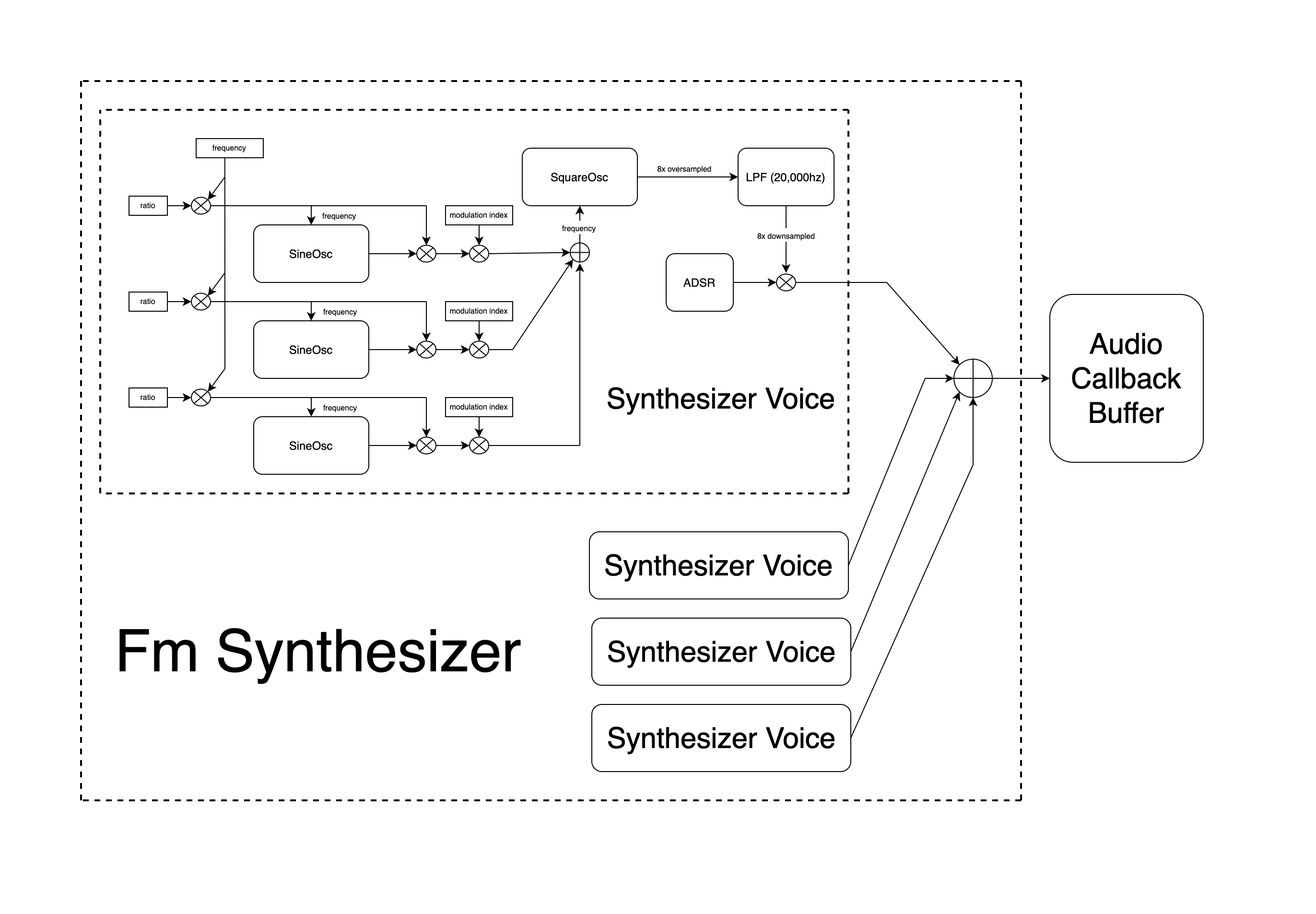
Before: CSD2b/console_synth/documentation/fm_synth_audio_flow_diagram.png, a diagram exported from draw.io (w-ensink/CSD2). Source tidied: cells renumbered, new cells last; positions are measured from the earlier drawing's top-left corner, leaving out a move shared by most shapes.
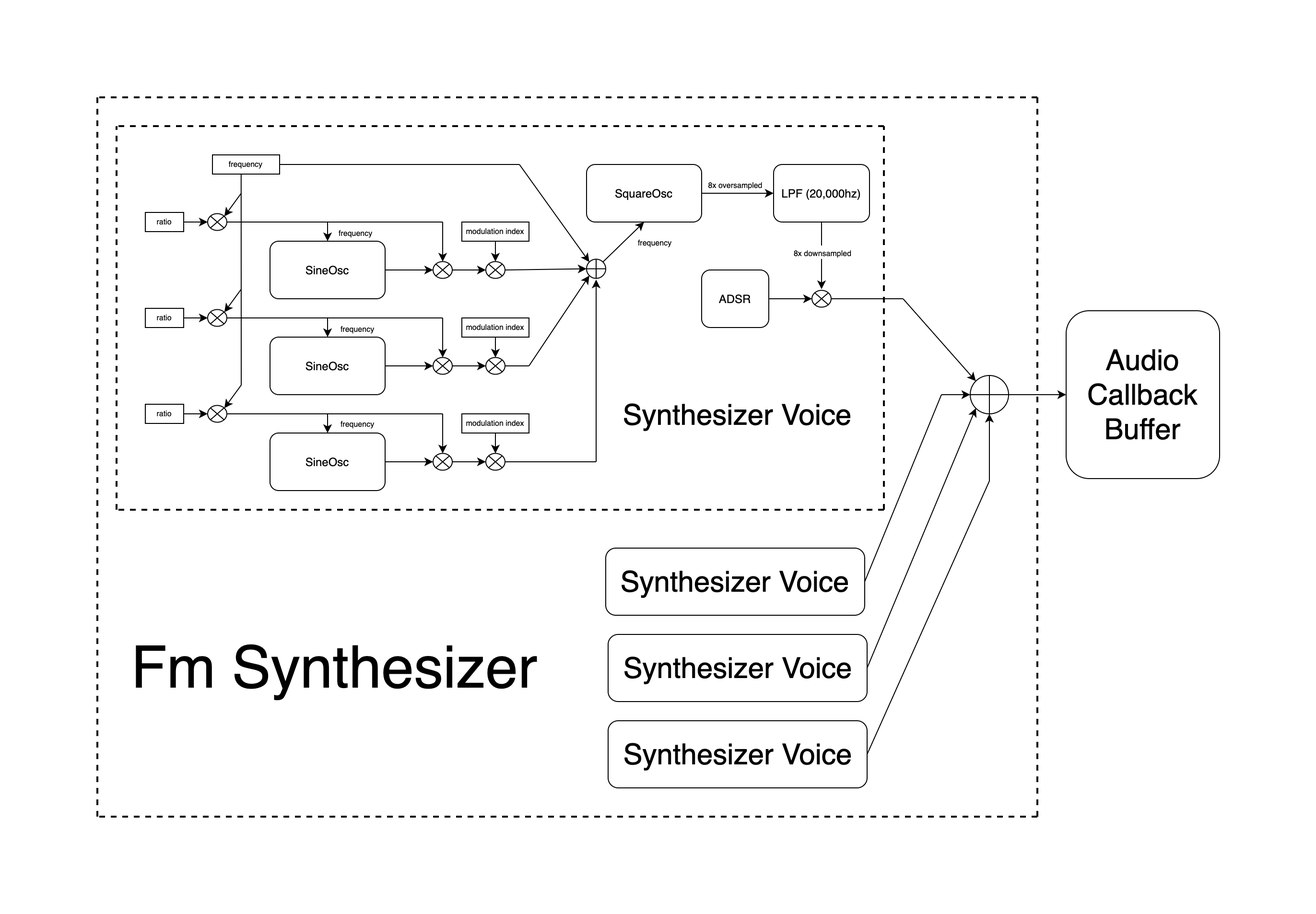
The same file after the commit.

Diff of the diagram source:
```diff
@@ -176,7 +176,7 @@
       </mxGeometry>
     </mxCell>
     <mxCell id="49" value="SquareOsc" style="rounded=1;whiteSpace=wrap;html=1;" parent="1" vertex="1">
-      <mxGeometry x="460" y="70" width="120" height="60" as="geometry" />
+      <mxGeometry x="510" y="70" width="120" height="60" as="geometry" />
     </mxCell>
     <mxCell id="50" style="shape=orEllipse;perimeter=ellipsePerimeter;whiteSpace=wrap;html=1;backgroundOutline=1;fontSize=8;" parent="1" vertex="1">
       <mxGeometry x="510" y="168.8" width="20" height="20" as="geometry" />
@@ -189,11 +189,13 @@
         <mxPoint x="450" y="280" as="sourcePoint" />
       </mxGeometry>
     </mxCell>
-    <mxCell id="53" style="endArrow=classic;html=1;fontSize=8;exitX=0.5;exitY=0;exitDx=0;exitDy=0;entryX=0.5;entryY=1;entryDx=0;entryDy=0;" parent="1" edge="1" source="50" target="49">
+    <mxCell id="53" style="endArrow=classic;html=1;fontSize=8;exitX=1;exitY=0;exitDx=0;exitDy=0;entryX=0.5;entryY=1;entryDx=0;entryDy=0;" parent="1" edge="1" source="50" target="49">
       <mxGeometry relative="1" as="geometry" />
     </mxCell>
     <mxCell id="54" value="&lt;font style=&quot;font-size: 8px&quot;&gt;frequency&lt;/font&gt;" style="edgeLabel;html=1;align=center;verticalAlign=middle;fontSize=12;" parent="53" vertex="1">
-      <mxGeometry x="-0.1" y="1" relative="1" as="geometry" />
+      <mxGeometry x="-0.1" y="1" relative="1" as="geometry">
+        <mxPoint x="34.4" y="-2.3" as="offset" />
+      </mxGeometry>
     </mxCell>
     <mxCell id="55" style="endArrow=none;html=1;fontSize=8;exitX=1;exitY=0.5;exitDx=0;exitDy=0;" parent="1" edge="1" source="22">
       <mxGeometry relative="1" as="geometry">
@@ -212,10 +214,10 @@
       </mxGeometry>
     </mxCell>
     <mxCell id="58" value="ADSR" style="rounded=1;whiteSpace=wrap;html=1;fontSize=12;" parent="1" vertex="1">
-      <mxGeometry x="610" y="180" width="70" height="60" as="geometry" />
+      <mxGeometry x="630" y="180" width="70" height="60" as="geometry" />
     </mxCell>
     <mxCell id="59" value="LPF (20,000hz)" style="rounded=1;whiteSpace=wrap;html=1;fontSize=12;" parent="1" vertex="1">
-      <mxGeometry x="685" y="70" width="100" height="60" as="geometry" />
+      <mxGeometry x="705" y="70" width="100" height="60" as="geometry" />
     </mxCell>
     <mxCell id="60" style="endArrow=classic;html=1;fontSize=12;exitX=1;exitY=0.5;exitDx=0;exitDy=0;entryX=0;entryY=0.5;entryDx=0;entryDy=0;" parent="1" edge="1" source="49" target="59">
       <mxGeometry relative="1" as="geometry" />
@@ -225,7 +227,7 @@
     </mxCell>
     <mxCell id="62" style="endArrow=classic;html=1;fontSize=12;exitX=0.5;exitY=1;exitDx=0;exitDy=0;" parent="1" edge="1" source="59">
       <mxGeometry relative="1" as="geometry">
-        <mxPoint x="735" y="200" as="targetPoint" />
+        <mxPoint x="755" y="200" as="targetPoint" />
       </mxGeometry>
     </mxCell>
     <mxCell id="63" value="&lt;font style=&quot;font-size: 8px&quot;&gt;8x downsampled&lt;/font&gt;" style="edgeLabel;html=1;align=center;verticalAlign=middle;fontSize=12;" parent="62" vertex="1">
@@ -241,20 +243,20 @@
     </mxCell>
     <mxCell id="65" style="endArrow=none;dashed=1;html=1;fontSize=12;strokeWidth=2;" parent="1" edge="1">
       <mxGeometry relative="1" as="geometry">
-        <mxPoint x="800" y="430" as="sourcePoint" />
+        <mxPoint x="820" y="430" as="sourcePoint" />
         <mxPoint x="20" y="430" as="targetPoint" />
       </mxGeometry>
     </mxCell>
     <mxCell id="66" style="endArrow=none;dashed=1;html=1;fontSize=12;strokeWidth=2;" parent="1" edge="1">
       <mxGeometry relative="1" as="geometry">
-        <mxPoint x="800" y="30" as="sourcePoint" />
+        <mxPoint x="820" y="30" as="sourcePoint" />
         <mxPoint x="20" y="30" as="targetPoint" />
       </mxGeometry>
     </mxCell>
     <mxCell id="67" style="endArrow=none;dashed=1;html=1;fontSize=12;strokeWidth=2;" parent="1" edge="1">
       <mxGeometry relative="1" as="geometry">
-        <mxPoint x="800" y="430" as="sourcePoint" />
-        <mxPoint x="800" y="30" as="targetPoint" />
+        <mxPoint x="820" y="430" as="sourcePoint" />
+        <mxPoint x="820" y="30" as="targetPoint" />
       </mxGeometry>
     </mxCell>
     <mxCell id="68" value="Synthesizer Voice" style="text;html=1;strokeColor=none;fillColor=none;align=center;verticalAlign=middle;whiteSpace=wrap;rounded=0;fontSize=30;" parent="1" vertex="1">
@@ -339,10 +341,20 @@
       <mxGeometry relative="1" as="geometry" />
     </mxCell>
     <mxCell id="87" style="shape=sumEllipse;perimeter=ellipsePerimeter;whiteSpace=wrap;html=1;backgroundOutline=1;fontSize=28;" parent="1" vertex="1">
-      <mxGeometry x="725" y="201.2" width="20" height="17.5" as="geometry" />
+      <mxGeometry x="745" y="201.2" width="20" height="17.5" as="geometry" />
     </mxCell>
     <mxCell id="88" style="endArrow=classic;html=1;strokeWidth=1;fontSize=61;exitX=1;exitY=0.5;exitDx=0;exitDy=0;entryX=0;entryY=0.5;entryDx=0;entryDy=0;" parent="1" edge="1" source="58" target="87">
       <mxGeometry relative="1" as="geometry" />
     </mxCell>
+    <mxCell id="89" style="endArrow=none;html=1;strokeWidth=1;fontSize=8;exitX=1;exitY=0.5;exitDx=0;exitDy=0;" parent="1" edge="1" source="10">
+      <mxGeometry relative="1" as="geometry">
+        <mxPoint x="440" y="70" as="targetPoint" />
+      </mxGeometry>
+    </mxCell>
+    <mxCell id="90" style="endArrow=classic;html=1;strokeWidth=1;fontSize=8;entryX=0;entryY=0;entryDx=0;entryDy=0;" parent="1" edge="1" target="50">
+      <mxGeometry relative="1" as="geometry">
+        <mxPoint x="440" y="70" as="sourcePoint" />
+      </mxGeometry>
+    </mxCell>
   </root>
 </mxGraphModel>
```
